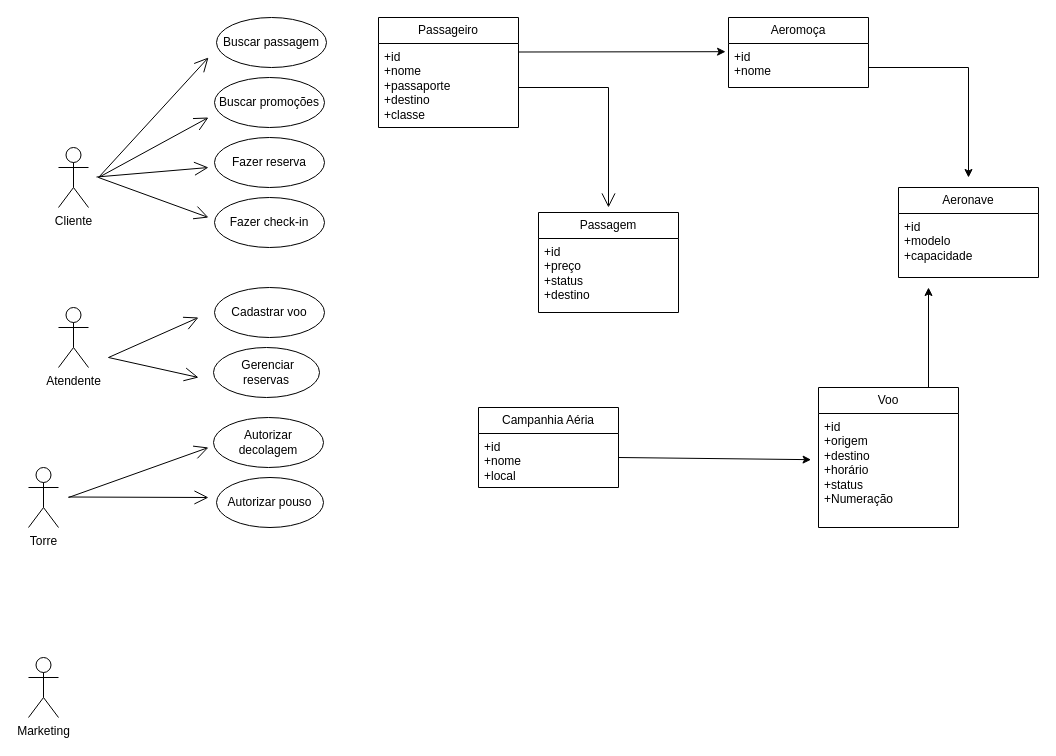
Raquelf-06/diagramasderequisitos keeps this draw.io diagram as page "Página-16" (16 of 16) of Diagrama sem nome.drawio. Above is the earlier version. Source tidied: cells renumbered, new cells numbered last; positions are measured from the earlier drawing's top-left corner, leaving out a move shared by most shapes. Both pictures are drawn from the tidied source at 100%, with x=0, y=0 at pixel (28, 17).
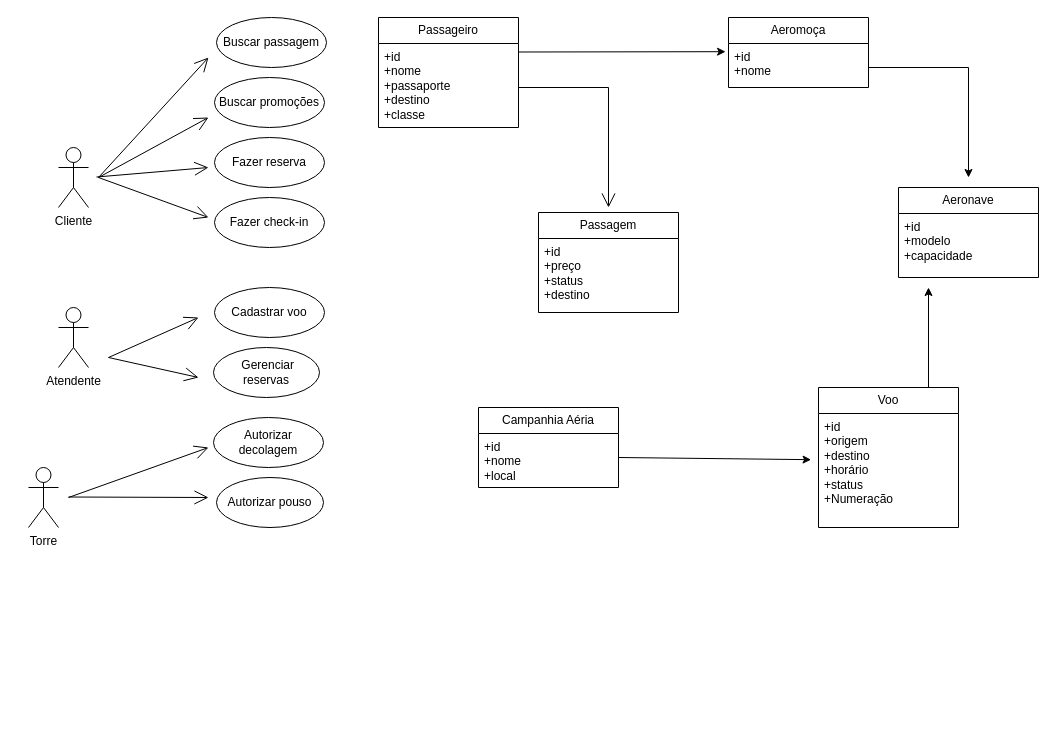
Above is the later version.

The edit, as a diff of the source:
```diff
@@
-    <mxCell id="33" value="Marketing" style="shape=umlActor;verticalLabelPosition=bottom;verticalAlign=top;html=1;" parent="1" vertex="1">
-      <mxGeometry y="640" width="30" height="60" as="geometry" />
-    </mxCell>
```
